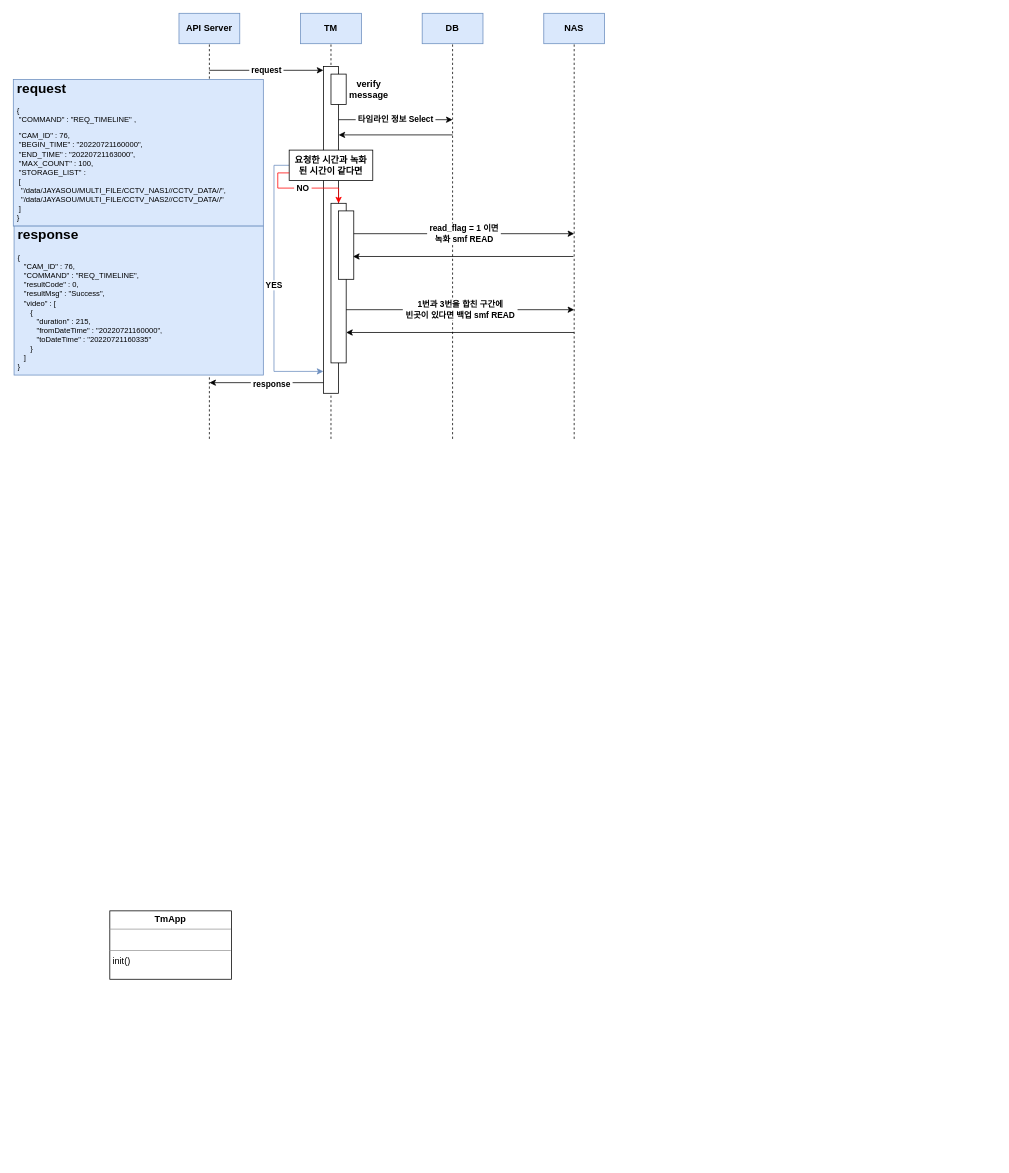
Before: TM.drawio in JaeHyeon774/NEWTIL, a draw.io diagram. Source tidied: cells renumbered, new cells numbered last; positions are measured from the earlier drawing's top-left corner, leaving out a move shared by most shapes. Both pictures are drawn from the tidied source at 76%, with x=0, y=0 at pixel (13, 13).
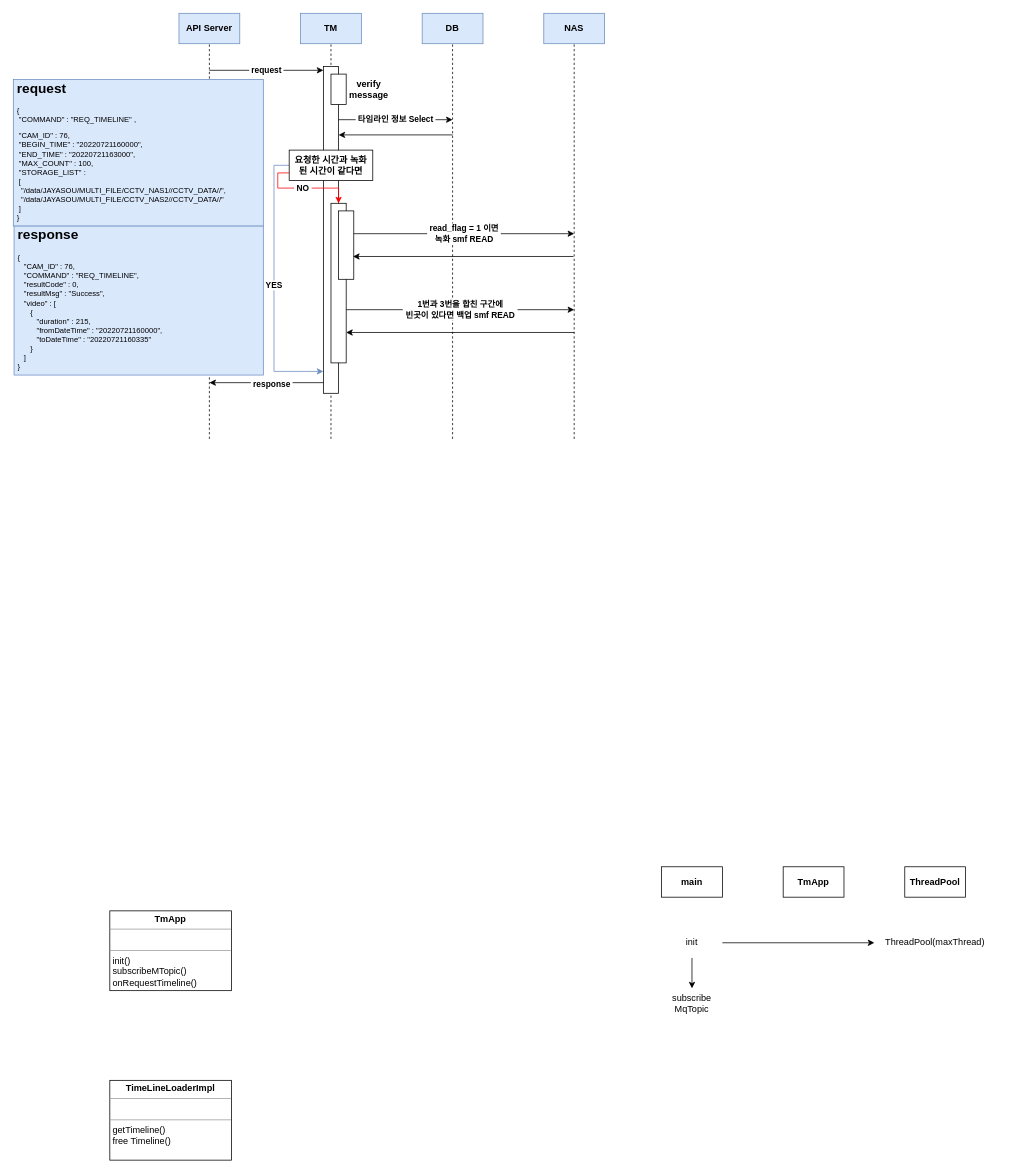
The same page after the edit.

The edit, as a diff of the source:
```diff
@@
-    <mxCell id="29" value="&lt;p style=&quot;margin:0px;margin-top:4px;text-align:center;&quot;&gt;&lt;b&gt;TmApp&lt;/b&gt;&lt;/p&gt;&lt;hr size=&quot;1&quot;&gt;&lt;p style=&quot;margin:0px;margin-left:4px;&quot;&gt;&lt;br&gt;&lt;/p&gt;&lt;hr size=&quot;1&quot;&gt;&lt;p style=&quot;margin:0px;margin-left:4px;&quot;&gt;init()&lt;/p&gt;&lt;p style=&quot;margin:0px;margin-left:4px;&quot;&gt;&lt;br&gt;&lt;/p&gt;" style="verticalAlign=top;align=left;overflow=fill;fontSize=12;fontFamily=Helvetica;html=1;" parent="1" vertex="1">
-      <mxGeometry x="127" y="1181" width="160" height="90" as="geometry" />
+    <mxCell id="29" value="&lt;p style=&quot;margin:0px;margin-top:4px;text-align:center;&quot;&gt;&lt;b&gt;TmApp&lt;/b&gt;&lt;/p&gt;&lt;hr size=&quot;1&quot;&gt;&lt;p style=&quot;margin:0px;margin-left:4px;&quot;&gt;&lt;br&gt;&lt;/p&gt;&lt;hr size=&quot;1&quot;&gt;&lt;p style=&quot;margin:0px;margin-left:4px;&quot;&gt;init()&lt;/p&gt;&lt;p style=&quot;margin:0px;margin-left:4px;&quot;&gt;subscribeMTopic()&lt;/p&gt;&lt;p style=&quot;margin:0px;margin-left:4px;&quot;&gt;onRequestTimeline()&lt;/p&gt;&lt;p style=&quot;margin:0px;margin-left:4px;&quot;&gt;&lt;br&gt;&lt;/p&gt;" style="verticalAlign=top;align=left;overflow=fill;fontSize=12;fontFamily=Helvetica;html=1;" parent="1" vertex="1">
+      <mxGeometry x="127" y="1181" width="160" height="105" as="geometry" />
     </mxCell>
+    <mxCell id="30" value="&lt;p style=&quot;margin:0px;margin-top:4px;text-align:center;&quot;&gt;&lt;b&gt;TimeLineLoaderImpl&lt;/b&gt;&lt;/p&gt;&lt;hr size=&quot;1&quot;&gt;&lt;p style=&quot;margin:0px;margin-left:4px;&quot;&gt;&lt;br&gt;&lt;/p&gt;&lt;hr size=&quot;1&quot;&gt;&lt;p style=&quot;margin:0px;margin-left:4px;&quot;&gt;getTimeline()&lt;/p&gt;&lt;p style=&quot;margin:0px;margin-left:4px;&quot;&gt;free Timeline()&lt;/p&gt;" style="verticalAlign=top;align=left;overflow=fill;fontSize=12;fontFamily=Helvetica;html=1;" parent="1" vertex="1">
+      <mxGeometry x="127" y="1404" width="160" height="105" as="geometry" />
+    </mxCell>
+    <mxCell id="31" value="&lt;b&gt;main&lt;/b&gt;" style="rounded=0;whiteSpace=wrap;html=1;" parent="1" vertex="1">
+      <mxGeometry x="853" y="1123" width="80" height="40" as="geometry" />
+    </mxCell>
+    <mxCell id="32" value="&lt;b&gt;TmApp&lt;/b&gt;" style="rounded=0;whiteSpace=wrap;html=1;" parent="1" vertex="1">
+      <mxGeometry x="1013" y="1123" width="80" height="40" as="geometry" />
+    </mxCell>
+    <mxCell id="33" value="&lt;b&gt;ThreadPool&lt;/b&gt;" style="rounded=0;whiteSpace=wrap;html=1;" parent="1" vertex="1">
+      <mxGeometry x="1173" y="1123" width="80" height="40" as="geometry" />
+    </mxCell>
+    <mxCell id="34" value="subscribe MqTopic" style="text;html=1;strokeColor=none;fillColor=none;align=center;verticalAlign=middle;whiteSpace=wrap;rounded=0;" parent="1" vertex="1">
+      <mxGeometry x="853" y="1283" width="80" height="40" as="geometry" />
+    </mxCell>
+    <mxCell id="35" style="edgeStyle=orthogonalEdgeStyle;rounded=0;jettySize=auto;html=1;exitX=1;exitY=0.5;exitDx=0;exitDy=0;entryX=0;entryY=0.5;entryDx=0;entryDy=0;" parent="1" edge="1" source="37" target="38">
+      <mxGeometry relative="1" as="geometry" />
+    </mxCell>
+    <mxCell id="36" style="edgeStyle=orthogonalEdgeStyle;rounded=0;jettySize=auto;html=1;exitX=0.5;exitY=1;exitDx=0;exitDy=0;entryX=0.5;entryY=0;entryDx=0;entryDy=0;" parent="1" edge="1" source="37" target="34">
+      <mxGeometry relative="1" as="geometry" />
+    </mxCell>
+    <mxCell id="37" value="init" style="text;html=1;strokeColor=none;fillColor=none;align=center;verticalAlign=middle;whiteSpace=wrap;rounded=0;" parent="1" vertex="1">
+      <mxGeometry x="853" y="1203" width="80" height="40" as="geometry" />
+    </mxCell>
+    <mxCell id="38" value="ThreadPool(maxThread)" style="text;html=1;strokeColor=none;fillColor=none;align=center;verticalAlign=middle;whiteSpace=wrap;rounded=0;" parent="1" vertex="1">
+      <mxGeometry x="1133" y="1203" width="160" height="40" as="geometry" />
+    </mxCell>
```
